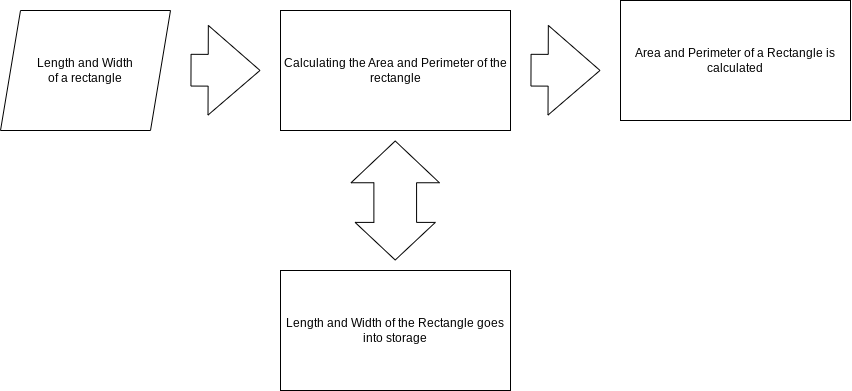
Earlier version of the draw.io export Untitled Diagram.drawio.png (Amanda-Benjamin/Temp-computer). Source tidied: cells renumbered, new cells last; positions are measured from the earlier drawing's top-left corner, leaving out a move shared by most shapes.
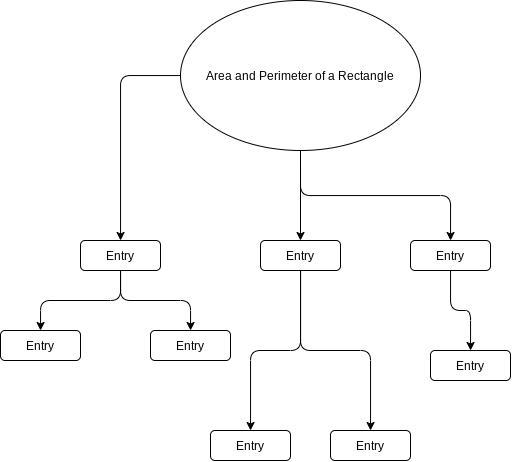
After the change.

Commit message:
Redo (Ask teach tomorrow)

Diff of the diagram source:
```diff
@@ -2,35 +2,56 @@
   <root>
     <mxCell id="0" />
     <mxCell id="1" parent="0" />
-    <mxCell id="2" value="Length and Width&lt;br&gt;of a rectangle" style="shape=parallelogram;perimeter=parallelogramPerimeter;whiteSpace=wrap;html=1;fixedSize=1;" parent="1" vertex="1">
-      <mxGeometry y="10" width="170" height="120" as="geometry" />
-    </mxCell>
-    <mxCell id="3" style="shape=flexArrow;endArrow=classic;html=1;rounded=0;endWidth=56.88073394495412;endSize=16.943119266055046;width=31.743119266055047;" parent="1" edge="1">
-      <mxGeometry relative="1" as="geometry">
-        <mxPoint x="190" y="69.7" as="sourcePoint" />
-        <mxPoint x="260" y="69.9" as="targetPoint" />
-      </mxGeometry>
-    </mxCell>
-    <mxCell id="4" value="Calculating the Area and Perimeter of the rectangle" style="rounded=0;whiteSpace=wrap;html=1;" parent="1" vertex="1">
-      <mxGeometry x="280" y="10" width="230" height="120" as="geometry" />
-    </mxCell>
-    <mxCell id="5" style="shape=flexArrow;endArrow=classic;startArrow=classic;html=1;rounded=0;endWidth=44.67494521548575;endSize=13.583783783783783;startWidth=36.566837107377644;startSize=12.2;width=42.7027027027027;" parent="1" edge="1">
-      <mxGeometry relative="1" as="geometry">
-        <mxPoint x="394.7" y="260" as="sourcePoint" />
-        <mxPoint x="394.7" y="140" as="targetPoint" />
-      </mxGeometry>
-    </mxCell>
-    <mxCell id="6" value="Length and Width of the Rectangle goes into storage" style="rounded=0;whiteSpace=wrap;html=1;" parent="1" vertex="1">
-      <mxGeometry x="280" y="270" width="230" height="120" as="geometry" />
-    </mxCell>
-    <mxCell id="7" value="Area and Perimeter of a Rectangle is calculated" style="rounded=0;whiteSpace=wrap;html=1;" parent="1" vertex="1">
-      <mxGeometry x="620" width="230" height="120" as="geometry" />
-    </mxCell>
-    <mxCell id="8" style="shape=flexArrow;endArrow=classic;html=1;rounded=0;endWidth=56.88073394495412;endSize=16.943119266055046;width=31.743119266055047;" parent="1" edge="1">
-      <mxGeometry relative="1" as="geometry">
-        <mxPoint x="530" y="69.7" as="sourcePoint" />
-        <mxPoint x="600" y="69.9" as="targetPoint" />
-      </mxGeometry>
-    </mxCell>
+    <mxCell id="9" value="Area and Perimeter of a Rectangle" style="ellipse;" parent="1" vertex="1">
+      <mxGeometry x="100" y="-250" width="240" height="150" as="geometry" />
+    </mxCell>
+    <mxCell id="10" value="Entry" style="rounded=1;" parent="1" vertex="1">
+      <mxGeometry y="-10" width="80" height="30" as="geometry" />
+    </mxCell>
+    <mxCell id="11" style="orthogonal=1;edgeStyle=orthogonalEdgeStyle;" parent="1" edge="1" source="9" target="10">
+      <mxGeometry relative="1" as="geometry" />
+    </mxCell>
+    <mxCell id="12" value="Entry" style="rounded=1;" parent="1" vertex="1">
+      <mxGeometry x="-80" y="80" width="80" height="30" as="geometry" />
+    </mxCell>
+    <mxCell id="13" style="orthogonal=1;edgeStyle=orthogonalEdgeStyle;" parent="1" edge="1" source="10" target="12">
+      <mxGeometry relative="1" as="geometry" />
+    </mxCell>
+    <mxCell id="14" value="Entry" style="rounded=1;" parent="1" vertex="1">
+      <mxGeometry x="70" y="80" width="80" height="30" as="geometry" />
+    </mxCell>
+    <mxCell id="15" style="orthogonal=1;edgeStyle=orthogonalEdgeStyle;" parent="1" edge="1" source="10" target="14">
+      <mxGeometry relative="1" as="geometry" />
+    </mxCell>
+    <mxCell id="16" value="Entry" style="rounded=1;" parent="1" vertex="1">
+      <mxGeometry x="180" y="-10" width="80" height="30" as="geometry" />
+    </mxCell>
+    <mxCell id="17" style="orthogonal=1;edgeStyle=orthogonalEdgeStyle;" parent="1" edge="1" source="9" target="16">
+      <mxGeometry relative="1" as="geometry" />
+    </mxCell>
+    <mxCell id="18" value="Entry" style="rounded=1;" parent="1" vertex="1">
+      <mxGeometry x="330" y="-10" width="80" height="30" as="geometry" />
+    </mxCell>
+    <mxCell id="19" style="orthogonal=1;edgeStyle=orthogonalEdgeStyle;" parent="1" edge="1" source="9" target="18">
+      <mxGeometry relative="1" as="geometry" />
+    </mxCell>
+    <mxCell id="20" value="Entry" style="rounded=1;" parent="1" vertex="1">
+      <mxGeometry x="130" y="180" width="80" height="30" as="geometry" />
+    </mxCell>
+    <mxCell id="21" style="orthogonal=1;edgeStyle=orthogonalEdgeStyle;" parent="1" edge="1" source="16" target="20">
+      <mxGeometry relative="1" as="geometry" />
+    </mxCell>
+    <mxCell id="22" value="Entry" style="rounded=1;" parent="1" vertex="1">
+      <mxGeometry x="250" y="180" width="80" height="30" as="geometry" />
+    </mxCell>
+    <mxCell id="23" style="orthogonal=1;edgeStyle=orthogonalEdgeStyle;" parent="1" edge="1" source="16" target="22">
+      <mxGeometry relative="1" as="geometry" />
+    </mxCell>
+    <mxCell id="24" value="Entry" style="rounded=1;" parent="1" vertex="1">
+      <mxGeometry x="350" y="100" width="80" height="30" as="geometry" />
+    </mxCell>
+    <mxCell id="25" style="orthogonal=1;edgeStyle=orthogonalEdgeStyle;" parent="1" edge="1" source="18" target="24">
+      <mxGeometry relative="1" as="geometry" />
+    </mxCell>
   </root>
 </mxGraphModel>
```
